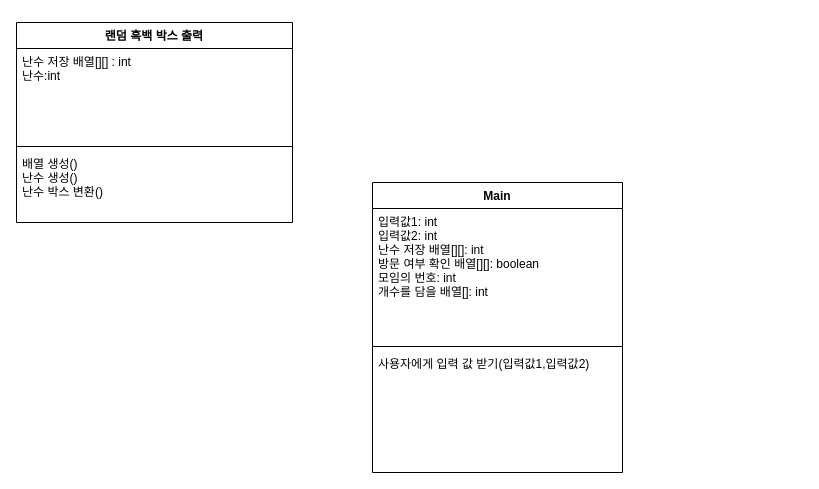
Before: Untitled Diagram.drawio in ricecakeson/LargeBox, a draw.io diagram. Source tidied: cells renumbered, new cells numbered last; positions are measured from the earlier drawing's top-left corner, leaving out a move shared by most shapes. Both pictures are drawn from the tidied source at 100%, with x=0, y=0 at pixel (16, 22).
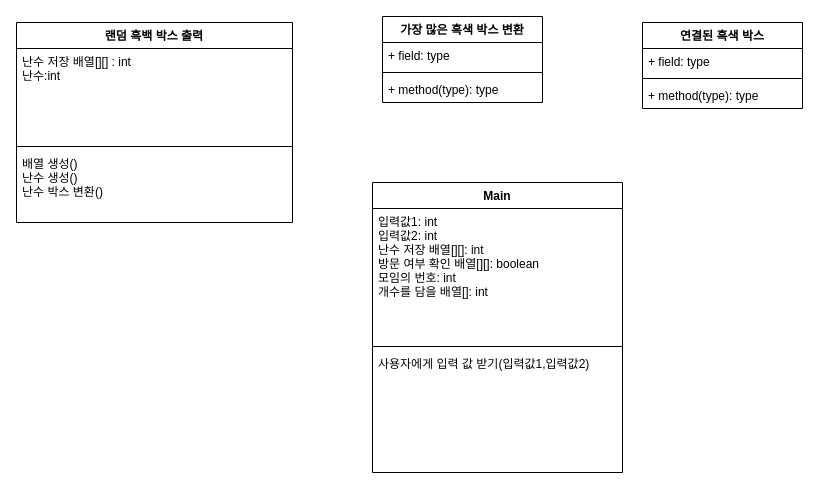
The same page after the edit.

Change to the diagram source:
```diff
@@
 <mxGraphModel>
   <root>
     <mxCell id="0" />
     <mxCell id="1" parent="0" />
     <mxCell id="2" value="랜덤 흑백 박스 출력" style="swimlane;fontStyle=1;align=center;verticalAlign=top;horizontal=1;startSize=26;" parent="1" vertex="1">
       <mxGeometry width="276" height="200" as="geometry" />
     </mxCell>
     <mxCell id="3" value="난수 저장 배열[][] : int&#10;난수:int" style="text;strokeColor=none;fillColor=none;align=left;verticalAlign=top;spacingLeft=4;spacingRight=4;overflow=hidden;" parent="2" vertex="1">
       <mxGeometry y="26" width="276" height="94" as="geometry" />
     </mxCell>
     <mxCell id="4" style="line;strokeWidth=1;fillColor=none;align=left;verticalAlign=middle;spacingTop=-1;spacingLeft=3;spacingRight=3;labelPosition=right;" parent="2" vertex="1">
       <mxGeometry y="120" width="276" height="8" as="geometry" />
     </mxCell>
     <mxCell id="5" value="배열 생성()&#10;난수 생성()&#10;난수 박스 변환()&#10;" style="text;strokeColor=none;fillColor=none;align=left;verticalAlign=top;spacingLeft=4;spacingRight=4;overflow=hidden;" parent="2" vertex="1">
       <mxGeometry y="128" width="276" height="72" as="geometry" />
     </mxCell>
     <mxCell id="6" value="Main" style="swimlane;fontStyle=1;align=center;verticalAlign=top;horizontal=1;startSize=26;" parent="1" vertex="1">
       <mxGeometry x="356" y="160" width="250" height="290" as="geometry" />
     </mxCell>
     <mxCell id="7" value="입력값1: int&#10;입력값2: int&#10;난수 저장 배열[][]: int&#10;방문 여부 확인 배열[][]: boolean&#10;모임의 번호: int&#10;개수를 담을 배열[]: int" style="text;strokeColor=none;fillColor=none;align=left;verticalAlign=top;spacingLeft=4;spacingRight=4;overflow=hidden;" parent="6" vertex="1">
       <mxGeometry y="26" width="250" height="134" as="geometry" />
     </mxCell>
     <mxCell id="8" style="line;strokeWidth=1;fillColor=none;align=left;verticalAlign=middle;spacingTop=-1;spacingLeft=3;spacingRight=3;labelPosition=right;" parent="6" vertex="1">
       <mxGeometry y="160" width="250" height="8" as="geometry" />
     </mxCell>
     <mxCell id="9" value="사용자에게 입력 값 받기(입력값1,입력값2)&#10;" style="text;strokeColor=none;fillColor=none;align=left;verticalAlign=top;spacingLeft=4;spacingRight=4;overflow=hidden;" parent="6" vertex="1">
       <mxGeometry y="168" width="250" height="122" as="geometry" />
     </mxCell>
+    <mxCell id="10" value="연결된 흑색 박스" style="swimlane;fontStyle=1;align=center;verticalAlign=top;horizontal=1;startSize=26;" parent="1" vertex="1">
+      <mxGeometry x="626" width="160" height="86" as="geometry" />
+    </mxCell>
+    <mxCell id="11" value="+ field: type" style="text;strokeColor=none;fillColor=none;align=left;verticalAlign=top;spacingLeft=4;spacingRight=4;overflow=hidden;" parent="10" vertex="1">
+      <mxGeometry y="26" width="160" height="26" as="geometry" />
+    </mxCell>
+    <mxCell id="12" style="line;strokeWidth=1;fillColor=none;align=left;verticalAlign=middle;spacingTop=-1;spacingLeft=3;spacingRight=3;labelPosition=right;" parent="10" vertex="1">
+      <mxGeometry y="52" width="160" height="8" as="geometry" />
+    </mxCell>
+    <mxCell id="13" value="+ method(type): type" style="text;strokeColor=none;fillColor=none;align=left;verticalAlign=top;spacingLeft=4;spacingRight=4;overflow=hidden;" parent="10" vertex="1">
+      <mxGeometry y="60" width="160" height="26" as="geometry" />
+    </mxCell>
+    <mxCell id="14" value="가장 많은 흑색 박스 변환" style="swimlane;fontStyle=1;align=center;verticalAlign=top;horizontal=1;startSize=26;" parent="1" vertex="1">
+      <mxGeometry x="366" y="-6" width="160" height="86" as="geometry" />
+    </mxCell>
+    <mxCell id="15" value="+ field: type" style="text;strokeColor=none;fillColor=none;align=left;verticalAlign=top;spacingLeft=4;spacingRight=4;overflow=hidden;" parent="14" vertex="1">
+      <mxGeometry y="26" width="160" height="26" as="geometry" />
+    </mxCell>
+    <mxCell id="16" style="line;strokeWidth=1;fillColor=none;align=left;verticalAlign=middle;spacingTop=-1;spacingLeft=3;spacingRight=3;labelPosition=right;" parent="14" vertex="1">
+      <mxGeometry y="52" width="160" height="8" as="geometry" />
+    </mxCell>
+    <mxCell id="17" value="+ method(type): type" style="text;strokeColor=none;fillColor=none;align=left;verticalAlign=top;spacingLeft=4;spacingRight=4;overflow=hidden;" parent="14" vertex="1">
+      <mxGeometry y="60" width="160" height="26" as="geometry" />
+    </mxCell>
   </root>
 </mxGraphModel>
```
